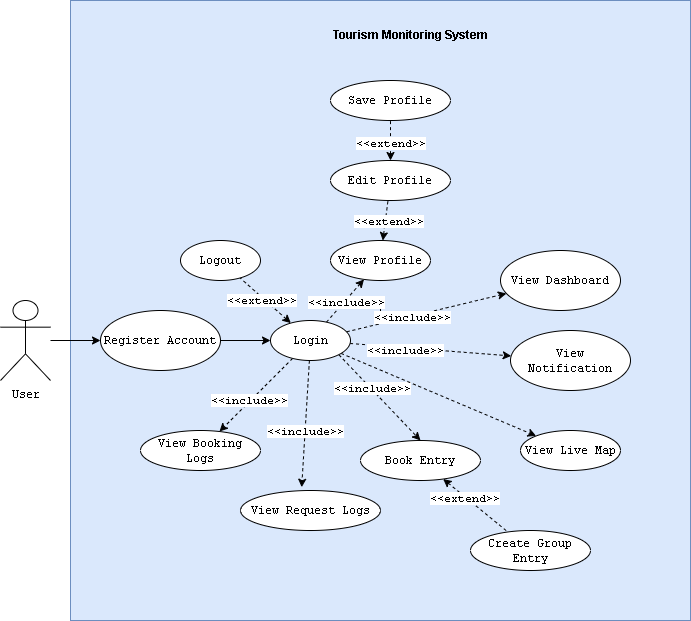
This is Deliverables/appendix/usecasediagram.png from LittleEins/Thesis-Collab, a draw.io export, as it was before one commit. Source tidied: cells renumbered, new cells last; positions are measured from the earlier drawing's top-left corner, leaving out a move shared by most shapes.
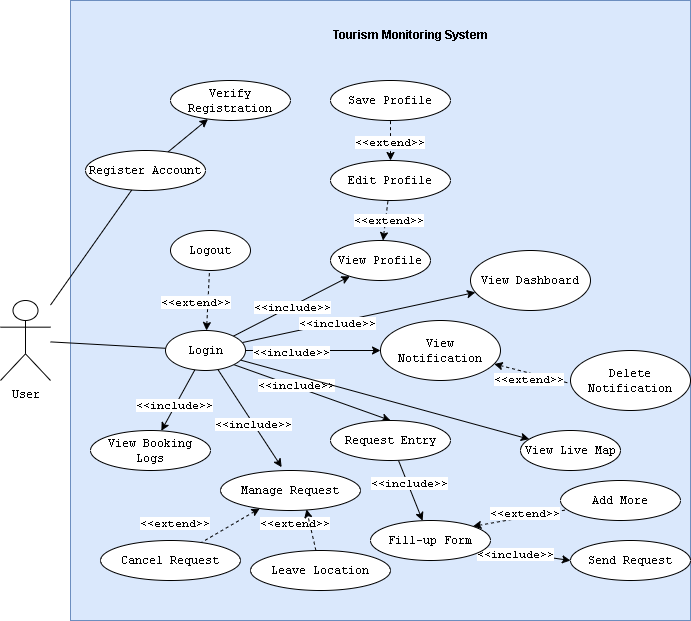
The same file after the commit.

The edit, as a diff of the source:
```diff
@@ -2,49 +2,52 @@
   <root>
     <mxCell id="0" />
     <mxCell id="1" parent="0" />
-    <mxCell id="2" value="t" style="whiteSpace=wrap;html=1;fillColor=#dae8fc;strokeColor=#6c8ebf;" parent="1" vertex="1">
+    <mxCell id="2" style="whiteSpace=wrap;html=1;fillColor=#dae8fc;strokeColor=#6c8ebf;" parent="1" vertex="1">
       <mxGeometry x="70" width="620" height="620" as="geometry" />
     </mxCell>
-    <mxCell id="3" style="rounded=0;jettySize=auto;html=1;fontFamily=Courier New;" parent="1" edge="1" source="4" target="6">
+    <mxCell id="3" style="rounded=0;jettySize=auto;html=1;fontFamily=Courier New;endArrow=none;endFill=0;" parent="1" edge="1" source="4" target="6">
       <mxGeometry relative="1" as="geometry" />
     </mxCell>
+    <mxCell id="41" style="rounded=0;jettySize=auto;html=1;endArrow=none;endFill=0;" parent="1" edge="1" source="4" target="22">
+      <mxGeometry relative="1" as="geometry" />
+    </mxCell>
     <mxCell id="4" value="User" style="shape=umlActor;verticalLabelPosition=bottom;verticalAlign=top;html=1;outlineConnect=0;fontFamily=Courier New;" parent="1" vertex="1">
       <mxGeometry y="300" width="50" height="80" as="geometry" />
     </mxCell>
-    <mxCell id="5" style="edgeStyle=none;rounded=0;jettySize=auto;html=1;fontFamily=Courier New;" parent="1" edge="1" source="6" target="22">
-      <mxGeometry relative="1" as="geometry" />
-    </mxCell>
+    <mxCell id="42" style="edgeStyle=none;rounded=0;jettySize=auto;html=1;" parent="1" edge="1" source="6" target="48">
+      <mxGeometry relative="1" as="geometry" />
+    </mxCell>
     <mxCell id="6" value="Register Account" style="ellipse;whiteSpace=wrap;html=1;fontFamily=Courier New;verticalAlign=middle;" parent="1" vertex="1">
-      <mxGeometry x="100" y="310" width="120" height="60" as="geometry" />
+      <mxGeometry x="85" y="150" width="120" height="40" as="geometry" />
     </mxCell>
-    <mxCell id="7" style="edgeStyle=none;rounded=0;jettySize=auto;html=1;fontFamily=Courier New;dashed=1;" parent="1" edge="1" source="22" target="23">
+    <mxCell id="7" style="edgeStyle=none;rounded=0;jettySize=auto;html=1;fontFamily=Courier New;" parent="1" edge="1" source="22" target="23">
       <mxGeometry relative="1" as="geometry" />
     </mxCell>
     <mxCell id="8" value="&amp;lt;&amp;lt;include&amp;gt;&amp;gt;" style="edgeLabel;html=1;align=center;verticalAlign=middle;fontFamily=Courier New;" parent="7" vertex="1">
       <mxGeometry x="-0.19" y="-1" relative="1" as="geometry" />
     </mxCell>
-    <mxCell id="9" style="edgeStyle=none;rounded=0;jettySize=auto;html=1;fontFamily=Courier New;exitX=1;exitY=1;exitDx=0;exitDy=0;entryX=0.5;entryY=0;entryDx=0;entryDy=0;dashed=1;" parent="1" edge="1" source="22" target="26">
+    <mxCell id="9" style="edgeStyle=none;rounded=0;jettySize=auto;html=1;fontFamily=Courier New;exitX=1;exitY=1;exitDx=0;exitDy=0;entryX=0.5;entryY=0;entryDx=0;entryDy=0;" parent="1" edge="1" source="22" target="26">
       <mxGeometry relative="1" as="geometry" />
     </mxCell>
     <mxCell id="10" value="&amp;lt;&amp;lt;include&amp;gt;&amp;gt;" style="edgeLabel;html=1;align=center;verticalAlign=middle;fontFamily=Courier New;" parent="9" vertex="1">
       <mxGeometry x="-0.21" y="1" relative="1" as="geometry" />
     </mxCell>
-    <mxCell id="11" style="edgeStyle=none;rounded=0;jettySize=auto;html=1;fontFamily=Courier New;dashed=1;" parent="1" edge="1" source="22" target="28">
+    <mxCell id="11" style="edgeStyle=none;rounded=0;jettySize=auto;html=1;fontFamily=Courier New;" parent="1" edge="1" source="22" target="28">
       <mxGeometry relative="1" as="geometry" />
     </mxCell>
-    <mxCell id="12" style="edgeStyle=none;rounded=0;jettySize=auto;html=1;fontFamily=Courier New;dashed=1;" parent="1" edge="1" source="22" target="31">
+    <mxCell id="12" style="edgeStyle=none;rounded=0;jettySize=auto;html=1;fontFamily=Courier New;" parent="1" edge="1" source="22" target="31">
       <mxGeometry relative="1" as="geometry" />
     </mxCell>
     <mxCell id="13" value="&amp;lt;&amp;lt;include&amp;gt;&amp;gt;" style="edgeLabel;html=1;align=center;verticalAlign=middle;fontFamily=Courier New;" parent="12" vertex="1">
       <mxGeometry y="-1" relative="1" as="geometry" />
     </mxCell>
-    <mxCell id="14" style="edgeStyle=none;rounded=0;jettySize=auto;html=1;fontFamily=Courier New;entryX=0.437;entryY=-0.082;entryDx=0;entryDy=0;entryPerimeter=0;dashed=1;" parent="1" edge="1" source="22" target="36">
+    <mxCell id="14" style="edgeStyle=none;rounded=0;jettySize=auto;html=1;fontFamily=Courier New;entryX=0.437;entryY=-0.082;entryDx=0;entryDy=0;entryPerimeter=0;" parent="1" edge="1" source="22" target="36">
       <mxGeometry relative="1" as="geometry" />
     </mxCell>
     <mxCell id="15" value="&amp;lt;&amp;lt;include&amp;gt;&amp;gt;" style="edgeLabel;html=1;align=center;verticalAlign=middle;fontFamily=Courier New;" parent="14" vertex="1">
       <mxGeometry x="0.12" relative="1" as="geometry" />
     </mxCell>
-    <mxCell id="16" style="edgeStyle=none;rounded=0;jettySize=auto;html=1;dashed=1;fontFamily=Courier New;" parent="1" edge="1" source="22" target="37">
+    <mxCell id="16" style="edgeStyle=none;rounded=0;jettySize=auto;html=1;fontFamily=Courier New;" parent="1" edge="1" source="22" target="37">
       <mxGeometry relative="1" as="geometry" />
     </mxCell>
     <mxCell id="17" value="&amp;lt;&amp;lt;include&amp;gt;&amp;gt;" style="edgeLabel;html=1;align=center;verticalAlign=middle;fontFamily=Courier New;" parent="16" vertex="1">
@@ -58,29 +61,47 @@
         <mxPoint x="-12" y="-7" as="offset" />
       </mxGeometry>
     </mxCell>
-    <mxCell id="20" style="edgeStyle=none;rounded=0;jettySize=auto;html=1;dashed=1;fontFamily=Courier New;" parent="1" edge="1" source="22" target="39">
+    <mxCell id="20" style="edgeStyle=none;rounded=0;jettySize=auto;html=1;fontFamily=Courier New;" parent="1" edge="1" source="22" target="39">
       <mxGeometry relative="1" as="geometry" />
     </mxCell>
     <mxCell id="21" value="&amp;lt;&amp;lt;include&amp;gt;&amp;gt;" style="edgeLabel;html=1;align=center;verticalAlign=middle;fontFamily=Courier New;" parent="20" vertex="1">
       <mxGeometry x="-0.32" y="-2" relative="1" as="geometry" />
     </mxCell>
     <mxCell id="22" value="Login" style="ellipse;whiteSpace=wrap;html=1;fontFamily=Courier New;verticalAlign=middle;" parent="1" vertex="1">
-      <mxGeometry x="270" y="320" width="80" height="40" as="geometry" />
+      <mxGeometry x="165" y="330" width="80" height="40" as="geometry" />
     </mxCell>
     <mxCell id="23" value="View Dashboard" style="ellipse;whiteSpace=wrap;html=1;fontFamily=Courier New;verticalAlign=middle;" parent="1" vertex="1">
-      <mxGeometry x="500" y="250" width="120" height="60" as="geometry" />
+      <mxGeometry x="470" y="250" width="120" height="60" as="geometry" />
     </mxCell>
-    <mxCell id="24" style="edgeStyle=none;rounded=0;jettySize=auto;html=1;fontFamily=Courier New;dashed=1;startArrow=classic;startFill=1;endArrow=none;endFill=0;" parent="1" edge="1" source="26" target="27">
+    <mxCell id="24" style="edgeStyle=none;rounded=0;jettySize=auto;html=1;fontFamily=Courier New;dashed=1;startArrow=classic;startFill=1;endArrow=none;endFill=0;exitX=1;exitY=0;exitDx=0;exitDy=0;" parent="1" edge="1" source="51" target="27">
       <mxGeometry relative="1" as="geometry" />
     </mxCell>
     <mxCell id="25" value="&amp;lt;&amp;lt;extend&amp;gt;&amp;gt;" style="edgeLabel;html=1;align=center;verticalAlign=middle;fontFamily=Courier New;" parent="24" vertex="1">
-      <mxGeometry x="-0.33" y="-1" relative="1" as="geometry" />
+      <mxGeometry x="-0.33" y="-1" relative="1" as="geometry">
+        <mxPoint x="20" y="-9" as="offset" />
+      </mxGeometry>
     </mxCell>
+    <mxCell id="43" value="&amp;lt;&amp;lt;extend&amp;gt;&amp;gt;" style="edgeLabel;html=1;align=center;verticalAlign=middle;fontFamily=Courier New;" parent="24" vertex="1">
+      <mxGeometry x="-0.33" y="-1" relative="1" as="geometry">
+        <mxPoint x="-330" y="1" as="offset" />
+      </mxGeometry>
+    </mxCell>
+    <mxCell id="44" value="&amp;lt;&amp;lt;extend&amp;gt;&amp;gt;" style="edgeLabel;html=1;align=center;verticalAlign=middle;fontFamily=Courier New;" parent="24" vertex="1">
+      <mxGeometry x="-0.33" y="-1" relative="1" as="geometry">
+        <mxPoint x="-210" y="1" as="offset" />
+      </mxGeometry>
+    </mxCell>
+    <mxCell id="45" style="edgeStyle=none;rounded=0;jettySize=auto;html=1;" parent="1" edge="1" source="26" target="51">
+      <mxGeometry relative="1" as="geometry" />
+    </mxCell>
+    <mxCell id="46" value="&amp;lt;&amp;lt;include&amp;gt;&amp;gt;" style="edgeLabel;html=1;align=center;verticalAlign=middle;fontFamily=Courier New;" parent="45" vertex="1">
+      <mxGeometry x="-0.21" y="1" relative="1" as="geometry" />
+    </mxCell>
-    <mxCell id="26" value="Book Entry" style="ellipse;whiteSpace=wrap;html=1;fontFamily=Courier New;verticalAlign=middle;" parent="1" vertex="1">
-      <mxGeometry x="360" y="440" width="120" height="40" as="geometry" />
+    <mxCell id="26" value="Request Entry" style="ellipse;whiteSpace=wrap;html=1;fontFamily=Courier New;verticalAlign=middle;" parent="1" vertex="1">
+      <mxGeometry x="330" y="420" width="120" height="40" as="geometry" />
     </mxCell>
-    <mxCell id="27" value="Create Group Entry" style="ellipse;whiteSpace=wrap;html=1;fontFamily=Courier New;verticalAlign=middle;" parent="1" vertex="1">
-      <mxGeometry x="470" y="530" width="120" height="40" as="geometry" />
+    <mxCell id="27" value="Add More" style="ellipse;whiteSpace=wrap;html=1;fontFamily=Courier New;verticalAlign=middle;" parent="1" vertex="1">
+      <mxGeometry x="560" y="480" width="120" height="40" as="geometry" />
     </mxCell>
     <mxCell id="28" value="View Live Map" style="ellipse;whiteSpace=wrap;html=1;fontFamily=Courier New;verticalAlign=middle;" parent="1" vertex="1">
       <mxGeometry x="520" y="430" width="100" height="40" as="geometry" />
@@ -106,20 +127,58 @@
     <mxCell id="35" value="Save Profile" style="ellipse;whiteSpace=wrap;html=1;fontFamily=Courier New;" parent="1" vertex="1">
       <mxGeometry x="330" y="80" width="120" height="40" as="geometry" />
     </mxCell>
+    <mxCell id="47" style="edgeStyle=none;rounded=0;jettySize=auto;html=1;dashed=1;startArrow=classic;startFill=1;endArrow=none;endFill=0;" parent="1" edge="1" source="36" target="53">
+      <mxGeometry relative="1" as="geometry" />
+    </mxCell>
-    <mxCell id="36" value="View Request Logs" style="ellipse;whiteSpace=wrap;html=1;fontFamily=Courier New;verticalAlign=middle;" parent="1" vertex="1">
-      <mxGeometry x="240" y="490" width="140" height="40" as="geometry" />
+    <mxCell id="36" value="Manage Request" style="ellipse;whiteSpace=wrap;html=1;fontFamily=Courier New;verticalAlign=middle;" parent="1" vertex="1">
+      <mxGeometry x="220" y="470" width="140" height="40" as="geometry" />
     </mxCell>
     <mxCell id="37" value="View Booking Logs" style="ellipse;whiteSpace=wrap;html=1;fontFamily=Courier New;verticalAlign=middle;" parent="1" vertex="1">
-      <mxGeometry x="140" y="430" width="120" height="40" as="geometry" />
+      <mxGeometry x="90" y="430" width="120" height="40" as="geometry" />
     </mxCell>
     <mxCell id="38" value="Logout" style="ellipse;whiteSpace=wrap;html=1;fontFamily=Courier New;" parent="1" vertex="1">
-      <mxGeometry x="180" y="240" width="80" height="40" as="geometry" />
+      <mxGeometry x="170" y="230" width="80" height="40" as="geometry" />
     </mxCell>
     <mxCell id="39" value="View Notification" style="ellipse;whiteSpace=wrap;html=1;fontFamily=Courier New;" parent="1" vertex="1">
-      <mxGeometry x="510" y="330" width="120" height="60" as="geometry" />
+      <mxGeometry x="380" y="320" width="120" height="60" as="geometry" />
     </mxCell>
     <mxCell id="40" value="&lt;b&gt;Tourism Monitoring System&lt;/b&gt;" style="text;html=1;align=center;verticalAlign=middle;strokeColor=none;fillColor=none;" parent="1" vertex="1">
       <mxGeometry x="320" y="20" width="180" height="30" as="geometry" />
     </mxCell>
+    <mxCell id="48" value="Verify Registration" style="ellipse;whiteSpace=wrap;html=1;fontFamily=Courier New;verticalAlign=middle;" parent="1" vertex="1">
+      <mxGeometry x="170" y="80" width="120" height="40" as="geometry" />
+    </mxCell>
+    <mxCell id="49" style="edgeStyle=none;rounded=0;jettySize=auto;html=1;entryX=0;entryY=0.5;entryDx=0;entryDy=0;" parent="1" edge="1" source="51" target="52">
+      <mxGeometry relative="1" as="geometry" />
+    </mxCell>
+    <mxCell id="50" value="&amp;lt;&amp;lt;include&amp;gt;&amp;gt;" style="edgeLabel;html=1;align=center;verticalAlign=middle;fontFamily=Courier New;" parent="49" vertex="1">
+      <mxGeometry x="-0.29" y="-2" relative="1" as="geometry" />
+    </mxCell>
+    <mxCell id="51" value="Fill-up Form" style="ellipse;whiteSpace=wrap;html=1;fontFamily=Courier New;verticalAlign=middle;" parent="1" vertex="1">
+      <mxGeometry x="370" y="520" width="120" height="40" as="geometry" />
+    </mxCell>
+    <mxCell id="52" value="Send Request" style="ellipse;whiteSpace=wrap;html=1;fontFamily=Courier New;verticalAlign=middle;" parent="1" vertex="1">
+      <mxGeometry x="570" y="540" width="120" height="40" as="geometry" />
+    </mxCell>
+    <mxCell id="53" value="Cancel Request" style="ellipse;whiteSpace=wrap;html=1;fontFamily=Courier New;verticalAlign=middle;" parent="1" vertex="1">
+      <mxGeometry x="100" y="540" width="140" height="40" as="geometry" />
+    </mxCell>
+    <mxCell id="54" style="edgeStyle=none;rounded=0;jettySize=auto;html=1;entryX=0.614;entryY=0.973;entryDx=0;entryDy=0;entryPerimeter=0;dashed=1;startArrow=none;startFill=0;endArrow=classic;endFill=1;" parent="1" edge="1" source="55" target="36">
+      <mxGeometry relative="1" as="geometry" />
+    </mxCell>
+    <mxCell id="55" value="Leave Location" style="ellipse;whiteSpace=wrap;html=1;fontFamily=Courier New;verticalAlign=middle;" parent="1" vertex="1">
+      <mxGeometry x="250" y="550" width="140" height="40" as="geometry" />
+    </mxCell>
+    <mxCell id="56" style="edgeStyle=none;rounded=0;jettySize=auto;html=1;exitX=0.948;exitY=0.725;exitDx=0;exitDy=0;entryX=-0.002;entryY=0.55;entryDx=0;entryDy=0;entryPerimeter=0;dashed=1;startArrow=classic;startFill=1;endArrow=none;endFill=0;exitPerimeter=0;" parent="1" edge="1" source="39" target="58">
+      <mxGeometry relative="1" as="geometry" />
+    </mxCell>
+    <mxCell id="57" value="&amp;lt;&amp;lt;extend&amp;gt;&amp;gt;" style="edgeLabel;html=1;align=center;verticalAlign=middle;fontStyle=0;fontFamily=Courier New;" parent="56" vertex="1">
+      <mxGeometry x="0.23" y="-1" relative="1" as="geometry">
+        <mxPoint x="-12" y="2" as="offset" />
+      </mxGeometry>
+    </mxCell>
+    <mxCell id="58" value="Delete Notification" style="ellipse;whiteSpace=wrap;html=1;fontFamily=Courier New;" parent="1" vertex="1">
+      <mxGeometry x="570" y="350" width="120" height="60" as="geometry" />
+    </mxCell>
   </root>
 </mxGraphModel>
```
